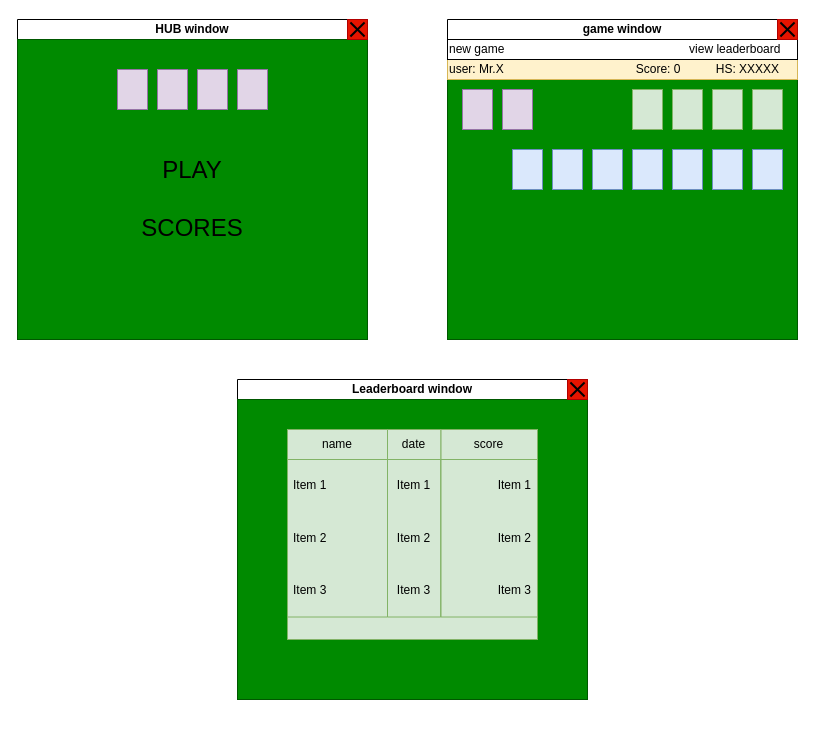
Earlier version of the draw.io diagram shema_Klondike.drawio (RBersier/Klondike). Source tidied: cells renumbered, new cells numbered last; positions are measured from the earlier drawing's top-left corner, leaving out a move shared by most shapes. Both pictures are drawn from the tidied source at 100%, with x=0, y=0 at pixel (17, 19).
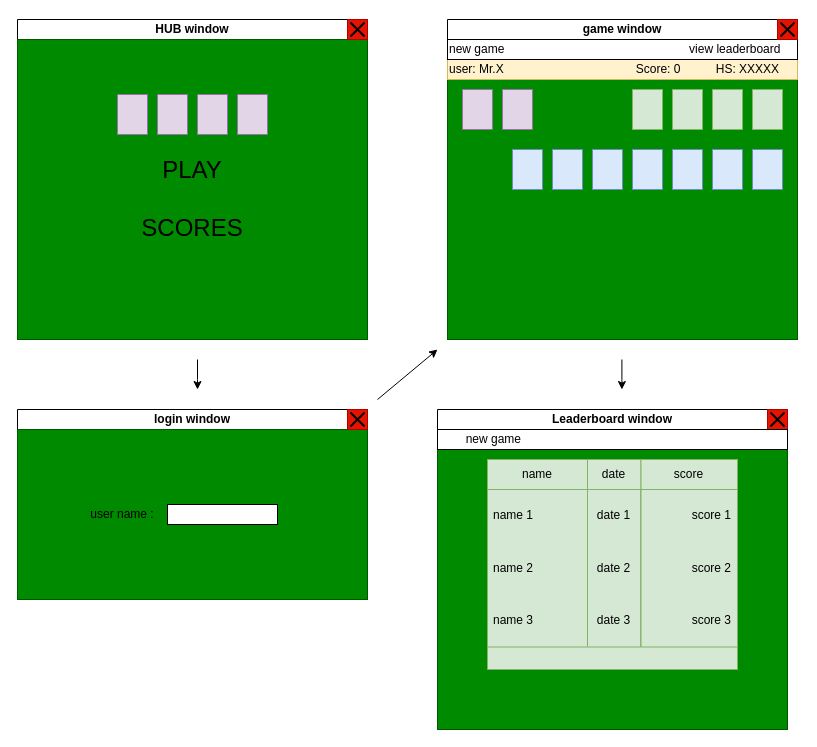
After the change.

The change refers to these unchanged cells:
```xml
<mxCell id="22" value="HUB window" style="swimlane;whiteSpace=wrap;html=1;startSize=20;" parent="1" vertex="1">
  <mxGeometry width="350" height="320" as="geometry" />
</mxCell>
<mxCell id="38" value="name" style="swimlane;fontStyle=0;horizontal=1;startSize=30;whiteSpace=wrap;html=1;fillColor=#d5e8d4;strokeColor=#82b366;" parent="37" vertex="1">
  <mxGeometry width="100" height="187.5" as="geometry" />
</mxCell>
<mxCell id="42" value="score" style="swimlane;fontStyle=0;horizontal=1;startSize=30;whiteSpace=wrap;html=1;fillColor=#d5e8d4;strokeColor=#82b366;" parent="37" vertex="1">
  <mxGeometry x="153.3" width="96.7" height="187.5" as="geometry" />
</mxCell>
<mxCell id="46" value="date" style="swimlane;fontStyle=0;horizontal=1;startSize=30;whiteSpace=wrap;html=1;fillColor=#d5e8d4;strokeColor=#82b366;" parent="37" vertex="1">
  <mxGeometry x="100" width="53.3" height="187.5" as="geometry" />
</mxCell>
```

The edit, as a diff of the source:
```diff
@@
     <mxCell id="27" style="rounded=0;whiteSpace=wrap;html=1;fillColor=#e1d5e7;strokeColor=#9673a6;" parent="22" vertex="1">
-      <mxGeometry x="140" y="50" width="30" height="40" as="geometry" />
+      <mxGeometry x="140" y="75" width="30" height="40" as="geometry" />
     </mxCell>
     <mxCell id="28" style="rounded=0;whiteSpace=wrap;html=1;fillColor=#e1d5e7;strokeColor=#9673a6;" parent="22" vertex="1">
-      <mxGeometry x="180" y="50" width="30" height="40" as="geometry" />
+      <mxGeometry x="180" y="75" width="30" height="40" as="geometry" />
     </mxCell>
     <mxCell id="29" style="rounded=0;whiteSpace=wrap;html=1;fillColor=#e1d5e7;strokeColor=#9673a6;" parent="22" vertex="1">
-      <mxGeometry x="220" y="50" width="30" height="40" as="geometry" />
+      <mxGeometry x="220" y="75" width="30" height="40" as="geometry" />
     </mxCell>
     <mxCell id="30" style="rounded=0;whiteSpace=wrap;html=1;fillColor=#e1d5e7;strokeColor=#9673a6;" parent="22" vertex="1">
-      <mxGeometry x="100" y="50" width="30" height="40" as="geometry" />
+      <mxGeometry x="100" y="75" width="30" height="40" as="geometry" />
     </mxCell>
@@
     <mxCell id="32" value="Leaderboard window" style="swimlane;whiteSpace=wrap;html=1;startSize=20;" parent="1" vertex="1">
-      <mxGeometry x="220" y="360" width="350" height="320" as="geometry" />
+      <mxGeometry x="420" y="390" width="350" height="320" as="geometry" />
     </mxCell>
@@
-    <mxCell id="39" value="Item 1" style="text;strokeColor=none;fillColor=none;align=left;verticalAlign=middle;spacingLeft=4;spacingRight=4;overflow=hidden;whiteSpace=wrap;html=1;" parent="38" vertex="1">
+    <mxCell id="39" value="name 1" style="text;strokeColor=none;fillColor=none;align=left;verticalAlign=middle;spacingLeft=4;spacingRight=4;overflow=hidden;whiteSpace=wrap;html=1;" parent="38" vertex="1">
       <mxGeometry y="30" width="100" height="52.5" as="geometry" />
     </mxCell>
-    <mxCell id="40" value="Item 2" style="text;strokeColor=none;fillColor=none;align=left;verticalAlign=middle;spacingLeft=4;spacingRight=4;overflow=hidden;whiteSpace=wrap;html=1;" parent="38" vertex="1">
+    <mxCell id="40" value="name 2" style="text;strokeColor=none;fillColor=none;align=left;verticalAlign=middle;spacingLeft=4;spacingRight=4;overflow=hidden;whiteSpace=wrap;html=1;" parent="38" vertex="1">
       <mxGeometry y="82.5" width="100" height="52.5" as="geometry" />
     </mxCell>
-    <mxCell id="41" value="Item 3" style="text;strokeColor=none;fillColor=none;align=left;verticalAlign=middle;spacingLeft=4;spacingRight=4;overflow=hidden;whiteSpace=wrap;html=1;" parent="38" vertex="1">
+    <mxCell id="41" value="name 3" style="text;strokeColor=none;fillColor=none;align=left;verticalAlign=middle;spacingLeft=4;spacingRight=4;overflow=hidden;whiteSpace=wrap;html=1;" parent="38" vertex="1">
       <mxGeometry y="135" width="100" height="52.5" as="geometry" />
     </mxCell>
@@
-    <mxCell id="43" value="Item 1" style="text;strokeColor=none;fillColor=none;align=right;verticalAlign=middle;spacingLeft=4;spacingRight=4;overflow=hidden;whiteSpace=wrap;html=1;" parent="42" vertex="1">
+    <mxCell id="43" value="score 1" style="text;strokeColor=none;fillColor=none;align=right;verticalAlign=middle;spacingLeft=4;spacingRight=4;overflow=hidden;whiteSpace=wrap;html=1;" parent="42" vertex="1">
       <mxGeometry y="30" width="96.7" height="52.5" as="geometry" />
     </mxCell>
-    <mxCell id="44" value="Item 2" style="text;strokeColor=none;fillColor=none;align=right;verticalAlign=middle;spacingLeft=4;spacingRight=4;overflow=hidden;whiteSpace=wrap;html=1;" parent="42" vertex="1">
+    <mxCell id="44" value="score 2" style="text;strokeColor=none;fillColor=none;align=right;verticalAlign=middle;spacingLeft=4;spacingRight=4;overflow=hidden;whiteSpace=wrap;html=1;" parent="42" vertex="1">
       <mxGeometry y="82.5" width="96.7" height="52.5" as="geometry" />
     </mxCell>
-    <mxCell id="45" value="Item 3" style="text;strokeColor=none;fillColor=none;align=right;verticalAlign=middle;spacingLeft=4;spacingRight=4;overflow=hidden;whiteSpace=wrap;html=1;" parent="42" vertex="1">
+    <mxCell id="45" value="score 3" style="text;strokeColor=none;fillColor=none;align=right;verticalAlign=middle;spacingLeft=4;spacingRight=4;overflow=hidden;whiteSpace=wrap;html=1;" parent="42" vertex="1">
       <mxGeometry y="135" width="96.7" height="52.5" as="geometry" />
     </mxCell>
@@
-    <mxCell id="47" value="Item 1" style="text;strokeColor=none;fillColor=none;align=center;verticalAlign=middle;spacingLeft=4;spacingRight=4;overflow=hidden;whiteSpace=wrap;html=1;" parent="46" vertex="1">
+    <mxCell id="47" value="date 1" style="text;strokeColor=none;fillColor=none;align=center;verticalAlign=middle;spacingLeft=4;spacingRight=4;overflow=hidden;whiteSpace=wrap;html=1;" parent="46" vertex="1">
       <mxGeometry y="30" width="53.3" height="52.5" as="geometry" />
     </mxCell>
-    <mxCell id="48" value="Item 2" style="text;strokeColor=none;fillColor=none;align=center;verticalAlign=middle;spacingLeft=4;spacingRight=4;overflow=hidden;whiteSpace=wrap;html=1;" parent="46" vertex="1">
+    <mxCell id="48" value="date 2" style="text;strokeColor=none;fillColor=none;align=center;verticalAlign=middle;spacingLeft=4;spacingRight=4;overflow=hidden;whiteSpace=wrap;html=1;" parent="46" vertex="1">
       <mxGeometry y="82.5" width="53.3" height="52.5" as="geometry" />
     </mxCell>
-    <mxCell id="49" value="Item 3" style="text;strokeColor=none;fillColor=none;align=center;verticalAlign=middle;spacingLeft=4;spacingRight=4;overflow=hidden;whiteSpace=wrap;html=1;" parent="46" vertex="1">
+    <mxCell id="49" value="date 3" style="text;strokeColor=none;fillColor=none;align=center;verticalAlign=middle;spacingLeft=4;spacingRight=4;overflow=hidden;whiteSpace=wrap;html=1;" parent="46" vertex="1">
       <mxGeometry y="135" width="53.3" height="52.5" as="geometry" />
     </mxCell>
+    <mxCell id="50" value="&lt;div style=&quot;&quot;&gt;&lt;span style=&quot;white-space: pre;&quot;&gt;&#9;&lt;/span&gt;new game&lt;/div&gt;" style="rounded=0;whiteSpace=wrap;html=1;align=left;" parent="32" vertex="1">
+      <mxGeometry y="20" width="350" height="20" as="geometry" />
+    </mxCell>
+    <mxCell id="51" value="login window" style="swimlane;whiteSpace=wrap;html=1;startSize=20;" parent="1" vertex="1">
+      <mxGeometry y="390" width="350" height="190" as="geometry" />
+    </mxCell>
+    <mxCell id="52" style="rounded=0;whiteSpace=wrap;html=1;fillColor=#008a00;strokeColor=#005700;fontColor=#ffffff;" parent="51" vertex="1">
+      <mxGeometry y="20" width="350" height="170" as="geometry" />
+    </mxCell>
+    <mxCell id="53" style="rounded=0;whiteSpace=wrap;html=1;fillColor=#e51400;fontColor=#ffffff;strokeColor=#B20000;" parent="51" vertex="1">
+      <mxGeometry x="330" width="20" height="20" as="geometry" />
+    </mxCell>
+    <mxCell id="54" style="line;strokeWidth=2;html=1;rotation=45;" parent="51" vertex="1">
+      <mxGeometry x="330" y="5" width="20" height="10" as="geometry" />
+    </mxCell>
+    <mxCell id="55" style="line;strokeWidth=2;html=1;rotation=-225;" parent="51" vertex="1">
+      <mxGeometry x="330" y="5" width="20" height="10" as="geometry" />
+    </mxCell>
+    <mxCell id="56" style="rounded=0;whiteSpace=wrap;html=1;" parent="51" vertex="1">
+      <mxGeometry x="150" y="95" width="110" height="20" as="geometry" />
+    </mxCell>
+    <mxCell id="57" value="user name :" style="text;html=1;align=center;verticalAlign=middle;whiteSpace=wrap;rounded=0;" parent="51" vertex="1">
+      <mxGeometry x="70" y="90" width="70" height="30" as="geometry" />
+    </mxCell>
+    <mxCell id="58" style="endArrow=classic;html=1;rounded=0;" parent="1" edge="1">
+      <mxGeometry relative="1" as="geometry">
+        <mxPoint x="180" y="340" as="sourcePoint" />
+        <mxPoint x="180" y="370" as="targetPoint" />
+        <Array as="points">
+          <mxPoint x="180" y="360" />
+        </Array>
+      </mxGeometry>
+    </mxCell>
+    <mxCell id="59" style="endArrow=classic;html=1;rounded=0;" parent="1" edge="1">
+      <mxGeometry relative="1" as="geometry">
+        <mxPoint x="604.4" y="340" as="sourcePoint" />
+        <mxPoint x="604.4" y="370" as="targetPoint" />
+        <Array as="points">
+          <mxPoint x="604.4" y="360" />
+        </Array>
+      </mxGeometry>
+    </mxCell>
+    <mxCell id="60" style="endArrow=classic;html=1;rounded=0;" parent="1" edge="1">
+      <mxGeometry relative="1" as="geometry">
+        <mxPoint x="360" y="380" as="sourcePoint" />
+        <mxPoint x="420" y="330" as="targetPoint" />
+      </mxGeometry>
+    </mxCell>
```
